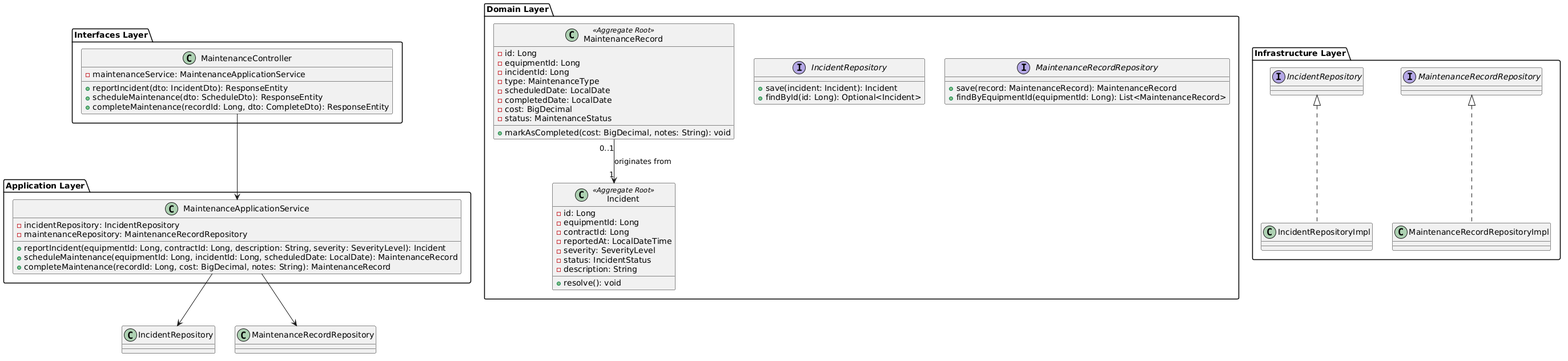
Above: assets/md-images-chapter4/class-diagram-maintenance.png in upc-pre-202620-1asi0729-7750-cleancode/maquigest-report (PlantUML), before the change.
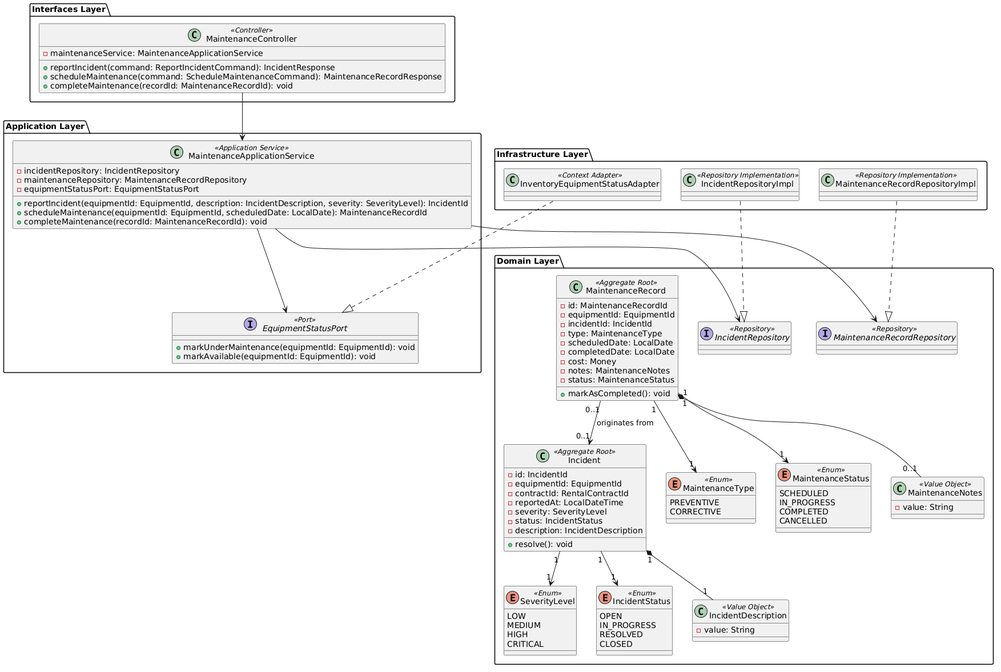
Later version of the same file.

Diff of the diagram source:
```diff
@@ -1,65 +1,111 @@
 @startuml
 package "Interfaces Layer" {
-    class MaintenanceController {
-        - maintenanceService: MaintenanceApplicationService
-        + reportIncident(dto: IncidentDto): ResponseEntity
-        + scheduleMaintenance(dto: ScheduleDto): ResponseEntity
-        + completeMaintenance(recordId: Long, dto: CompleteDto): ResponseEntity
-    }
+  class MaintenanceController <<Controller>> {
+    - maintenanceService: MaintenanceApplicationService
+    + reportIncident(command: ReportIncidentCommand): IncidentResponse
+    + scheduleMaintenance(command: ScheduleMaintenanceCommand): MaintenanceRecordResponse
+    + completeMaintenance(recordId: MaintenanceRecordId): void
+  }
 }
 
 package "Application Layer" {
-    class MaintenanceApplicationService {
-        - incidentRepository: IncidentRepository
-        - maintenanceRepository: MaintenanceRecordRepository
-        + reportIncident(equipmentId: Long, contractId: Long, description: String, severity: SeverityLevel): Incident
-        + scheduleMaintenance(equipmentId: Long, incidentId: Long, scheduledDate: LocalDate): MaintenanceRecord
-        + completeMaintenance(recordId: Long, cost: BigDecimal, notes: String): MaintenanceRecord
-    }
+  class MaintenanceApplicationService <<Application Service>> {
+    - incidentRepository: IncidentRepository
+    - maintenanceRepository: MaintenanceRecordRepository
+    - equipmentStatusPort: EquipmentStatusPort
+    + reportIncident(equipmentId: EquipmentId, description: IncidentDescription, severity: SeverityLevel): IncidentId
+    + scheduleMaintenance(equipmentId: EquipmentId, scheduledDate: LocalDate): MaintenanceRecordId
+    + completeMaintenance(recordId: MaintenanceRecordId): void
+  }
+
+  interface EquipmentStatusPort <<Port>> {
+    + markUnderMaintenance(equipmentId: EquipmentId): void
+    + markAvailable(equipmentId: EquipmentId): void
+  }
+}
+
+package "Infrastructure Layer" {
+  class IncidentRepositoryImpl <<Repository Implementation>>
+  class MaintenanceRecordRepositoryImpl <<Repository Implementation>>
+  class InventoryEquipmentStatusAdapter <<Context Adapter>>
 }
 
 package "Domain Layer" {
-    class Incident <<Aggregate Root>> {
-        - id: Long
-        - equipmentId: Long
-        - contractId: Long
-        - reportedAt: LocalDateTime
-        - severity: SeverityLevel
-        - status: IncidentStatus
-        - description: String
-        + resolve(): void
-    }
+  class Incident <<Aggregate Root>> {
+    - id: IncidentId
+    - equipmentId: EquipmentId
+    - contractId: RentalContractId
+    - reportedAt: LocalDateTime
+    - severity: SeverityLevel
+    - status: IncidentStatus
+    - description: IncidentDescription
+    + resolve(): void
+  }
 
-    class MaintenanceRecord <<Aggregate Root>> {
-        - id: Long
-        - equipmentId: Long
-        - incidentId: Long
-        - type: MaintenanceType
-        - scheduledDate: LocalDate
-        - completedDate: LocalDate
-        - cost: BigDecimal
-        - status: MaintenanceStatus
-        + markAsCompleted(cost: BigDecimal, notes: String): void
-    }
+  class MaintenanceRecord <<Aggregate Root>> {
+    - id: MaintenanceRecordId
+    - equipmentId: EquipmentId
+    - incidentId: IncidentId
+    - type: MaintenanceType
+    - scheduledDate: LocalDate
+    - completedDate: LocalDate
+    - cost: Money
+    - notes: MaintenanceNotes
+    - status: MaintenanceStatus
+    + markAsCompleted(): void
+  }
 
-    interface IncidentRepository {
-        + save(incident: Incident): Incident
-        + findById(id: Long): Optional<Incident>
-    }
+  enum SeverityLevel <<Enum>> {
+    LOW
+    MEDIUM
+    HIGH
+    CRITICAL
+  }
 
-    interface MaintenanceRecordRepository {
-        + save(record: MaintenanceRecord): MaintenanceRecord
-        + findByEquipmentId(equipmentId: Long): List<MaintenanceRecord>
-    }
-}
+  enum IncidentStatus <<Enum>> {
+    OPEN
+    IN_PROGRESS
+    RESOLVED
+    CLOSED
+  }
 
-package "Infrastructure Layer" {
-    class IncidentRepositoryImpl implements IncidentRepository
-    class MaintenanceRecordRepositoryImpl implements MaintenanceRecordRepository
+  enum MaintenanceType <<Enum>> {
+    PREVENTIVE
+    CORRECTIVE
+  }
+
+  enum MaintenanceStatus <<Enum>> {
+    SCHEDULED
+    IN_PROGRESS
+    COMPLETED
+    CANCELLED
+  }
+
+  class IncidentDescription <<Value Object>> {
+    - value: String
+  }
+  class MaintenanceNotes <<Value Object>> {
+    - value: String
+  }
+
+  interface IncidentRepository <<Repository>>
+  interface MaintenanceRecordRepository <<Repository>>
 }
 
 MaintenanceController --> MaintenanceApplicationService
 MaintenanceApplicationService --> IncidentRepository
 MaintenanceApplicationService --> MaintenanceRecordRepository
-MaintenanceRecord "0..1" --> "1" Incident : originates from
+MaintenanceApplicationService --> EquipmentStatusPort
+
+IncidentRepositoryImpl ..|> IncidentRepository
+MaintenanceRecordRepositoryImpl ..|> MaintenanceRecordRepository
+InventoryEquipmentStatusAdapter ..|> EquipmentStatusPort
+
+Incident "1" --> "1" SeverityLevel
+Incident "1" --> "1" IncidentStatus
+Incident "1" *-- "1" IncidentDescription
+MaintenanceRecord "1" --> "1" MaintenanceType
+MaintenanceRecord "1" --> "1" MaintenanceStatus
+MaintenanceRecord "1" *-- "0..1" MaintenanceNotes
+MaintenanceRecord "0..1" --> "0..1" Incident : originates from
 @enduml
```
